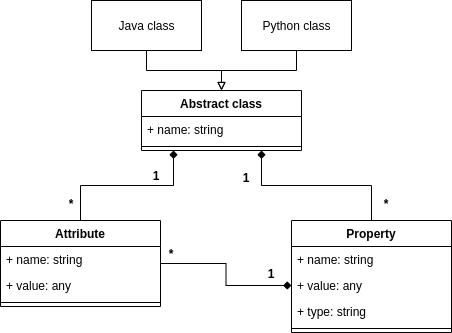
sergeevgk/GA2020 keeps this draw.io diagram as ClassDesc.png. Above is the earlier version. Source tidied: cells renumbered, new cells last; positions are measured from the earlier drawing's top-left corner, leaving out a move shared by most shapes.
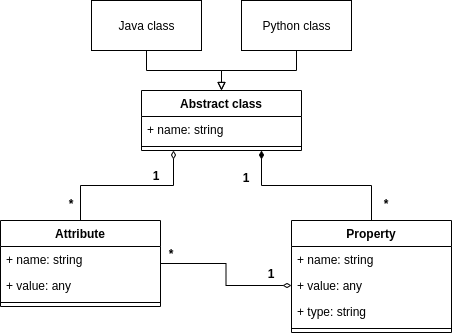
After the change.

Diff of the diagram source:
```diff
@@ -23,10 +23,10 @@
     <mxCell id="8" style="line;strokeWidth=1;fillColor=none;align=left;verticalAlign=middle;spacingTop=-1;spacingLeft=3;spacingRight=3;labelPosition=right;points=[];portConstraint=eastwest;" parent="6" vertex="1">
       <mxGeometry y="52" width="160" height="8" as="geometry" />
     </mxCell>
-    <mxCell id="9" style="edgeStyle=orthogonalEdgeStyle;rounded=0;jettySize=auto;html=1;entryX=0;entryY=0.5;entryDx=0;entryDy=0;endArrow=diamond;endFill=1;" parent="1" edge="1" source="11" target="18">
+    <mxCell id="9" style="edgeStyle=orthogonalEdgeStyle;rounded=0;jettySize=auto;html=1;entryX=0;entryY=0.5;entryDx=0;entryDy=0;endArrow=diamondThin;endFill=0;" parent="1" edge="1" source="11" target="18">
       <mxGeometry relative="1" as="geometry" />
     </mxCell>
-    <mxCell id="10" style="edgeStyle=orthogonalEdgeStyle;rounded=0;jettySize=auto;html=1;entryX=0.2;entryY=1;entryDx=0;entryDy=0;entryPerimeter=0;endArrow=diamond;endFill=1;" parent="1" edge="1" source="11" target="8">
+    <mxCell id="10" style="edgeStyle=orthogonalEdgeStyle;rounded=0;jettySize=auto;html=1;entryX=0.2;entryY=1;entryDx=0;entryDy=0;entryPerimeter=0;endArrow=diamondThin;endFill=0;" parent="1" edge="1" source="11" target="8">
       <mxGeometry relative="1" as="geometry" />
     </mxCell>
     <mxCell id="11" value="Attribute" style="swimlane;fontStyle=1;align=center;verticalAlign=top;horizontal=1;startSize=26;" parent="1" vertex="1">
@@ -41,7 +41,7 @@
     <mxCell id="14" style="line;strokeWidth=1;fillColor=none;align=left;verticalAlign=middle;spacingTop=-1;spacingLeft=3;spacingRight=3;labelPosition=right;" parent="11" vertex="1">
       <mxGeometry y="78" width="160" height="8" as="geometry" />
     </mxCell>
-    <mxCell id="15" style="edgeStyle=orthogonalEdgeStyle;rounded=0;jettySize=auto;html=1;entryX=0.75;entryY=1;entryDx=0;entryDy=0;endArrow=diamond;endFill=1;" parent="1" edge="1" source="16" target="6">
+    <mxCell id="15" style="edgeStyle=orthogonalEdgeStyle;rounded=0;jettySize=auto;html=1;entryX=0.75;entryY=1;entryDx=0;entryDy=0;endArrow=diamondThin;endFill=1;" parent="1" edge="1" source="16" target="6">
       <mxGeometry relative="1" as="geometry" />
     </mxCell>
     <mxCell id="16" value="Property" style="swimlane;fontStyle=1;align=center;verticalAlign=top;horizontal=1;startSize=26;" parent="1" vertex="1">
```
